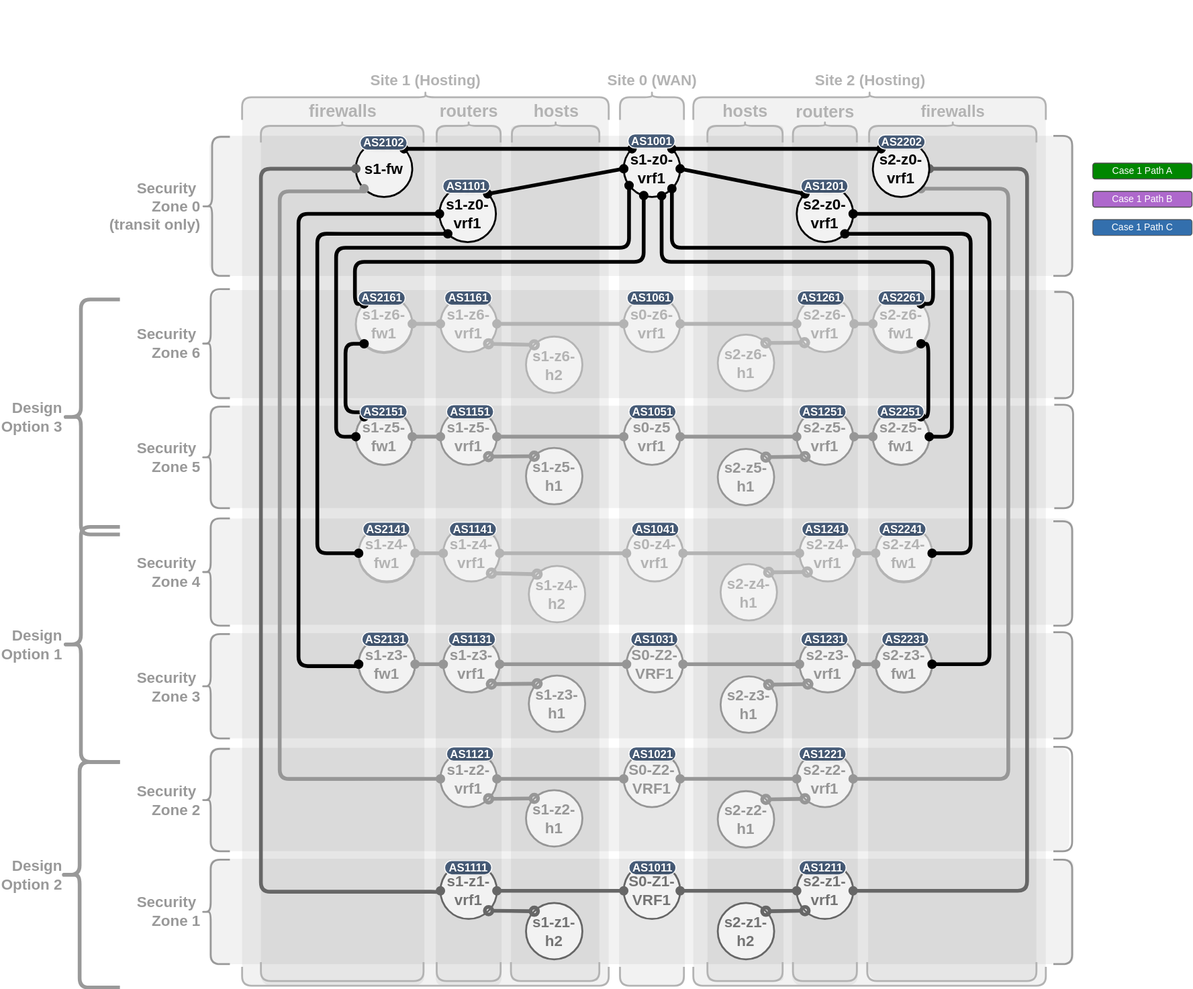
Before: pages/1/3(ecmp-symmetric)/framework-algo-2-e.drawio.svg, a diagram exported from draw.io (menckend/alpha). Source tidied: cells renumbered, new cells last; positions are measured from the earlier drawing's top-left corner, leaving out a move shared by most shapes.
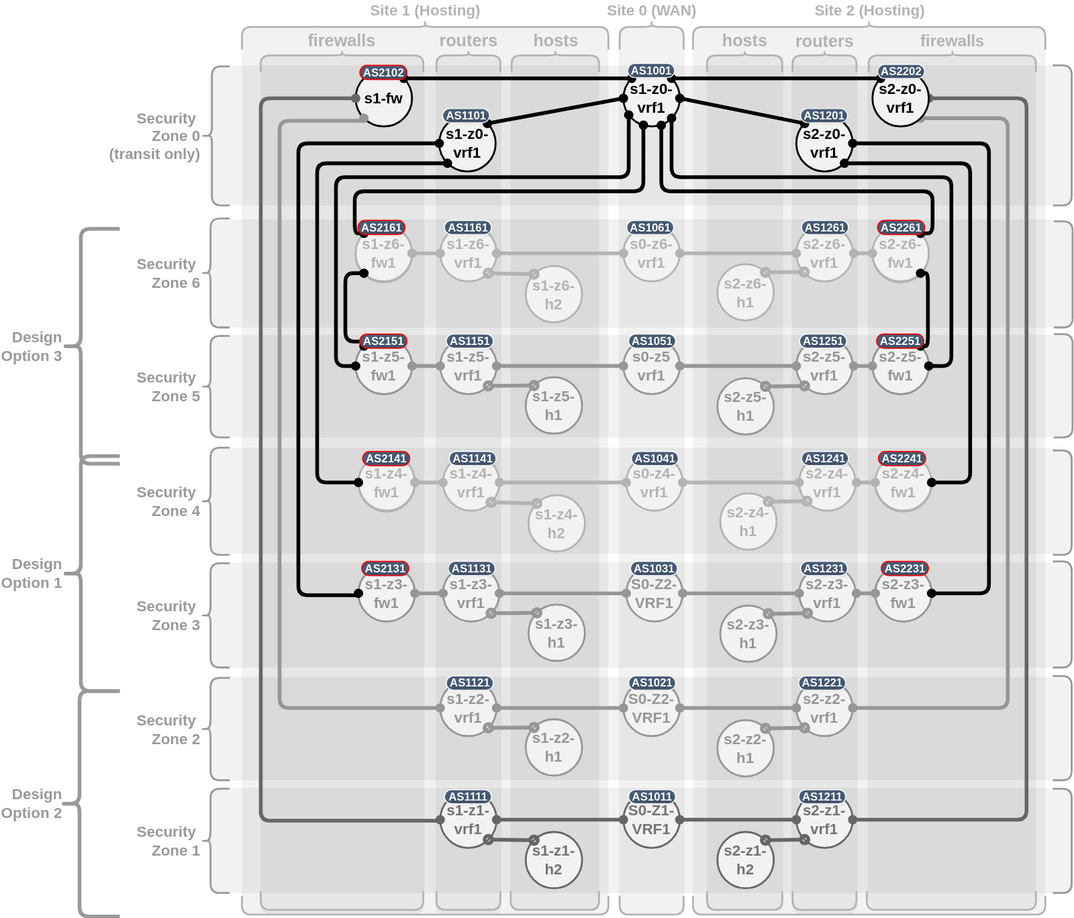
Above is the later version.

The edit, as a diff of the source:
```diff
@@ -26,27 +26,6 @@
     <mxCell id="9" style="rounded=1;whiteSpace=wrap;html=1;strokeColor=none;fillColor=#000000;arcSize=15;opacity=5;strokeWidth=4;" parent="1" vertex="1">
       <mxGeometry x="778" y="133" width="70" height="915" as="geometry" />
     </mxCell>
-    <mxCell id="10" style="group;" parent="1" vertex="1">
-      <mxGeometry x="604.5" width="53" height="1042" as="geometry" />
-    </mxCell>
-    <mxCell id="11" style="group;" parent="1" vertex="1">
-      <mxGeometry x="410.5" width="53" height="1042" as="geometry" />
-    </mxCell>
-    <mxCell id="12" style="group;" parent="1" vertex="1">
-      <mxGeometry x="318.5" width="53" height="1042" as="geometry" />
-    </mxCell>
-    <mxCell id="13" style="group;" parent="1" vertex="1">
-      <mxGeometry x="785.5" width="53" height="1042" as="geometry" />
-    </mxCell>
-    <mxCell id="14" style="group;" parent="1" vertex="1">
-      <mxGeometry x="871.5" width="53" height="1042" as="geometry" />
-    </mxCell>
-    <mxCell id="15" value="Case 1 Path B" style="rounded=1;html=1;shadow=0;dashed=0;whiteSpace=wrap;fontSize=10;fillColor=#AE68CC;align=center;strokeColor=#4D4D4D;fontColor=#ffffff;" parent="1" vertex="1">
-      <mxGeometry x="1098" y="203" width="105.5" height="16.9" as="geometry" />
-    </mxCell>
-    <mxCell id="16" value="Case 1 Path C" style="rounded=1;html=1;shadow=0;dashed=0;whiteSpace=wrap;fontSize=10;fillColor=#004C99;align=center;strokeColor=#4D4D4D;fontColor=#ffffff;opacity=80;" parent="1" vertex="1">
-      <mxGeometry x="1098" y="233" width="105.5" height="16.9" as="geometry" />
-    </mxCell>
     <mxCell id="17" style="rounded=1;whiteSpace=wrap;html=1;strokeColor=none;fillColor=#000000;arcSize=2;opacity=5;verticalAlign=middle;" parent="1" vertex="1">
       <mxGeometry x="673" y="103" width="375" height="945" as="geometry" />
     </mxCell>
@@ -573,9 +552,6 @@
     <mxCell id="161" value="Design&lt;div&gt;Option 3&lt;/div&gt;" style="shape=curlyBracket;html=1;rounded=1;labelPosition=center;verticalLabelPosition=middle;align=right;verticalAlign=middle;rotation=0;strokeWidth=4;strokeColor=#999999;size=0.32;direction=east;fontSize=16;fontColor=#999999;fontStyle=1;horizontal=1;spacingRight=60;spacingLeft=0;" parent="1" vertex="1">
       <mxGeometry x="2" y="318" width="61" height="250" as="geometry" />
     </mxCell>
-    <mxCell id="162" value="Case 1 Path A" style="rounded=1;html=1;shadow=0;dashed=0;whiteSpace=wrap;fontSize=10;fillColor=#008700;align=center;strokeColor=#4D4D4D;fontColor=#ffffff;" parent="1" vertex="1">
-      <mxGeometry x="1098" y="173" width="105.5" height="16.9" as="geometry" />
-    </mxCell>
     <mxCell id="163" value="&lt;span&gt;AS1051&lt;/span&gt;" style="rounded=1;whiteSpace=wrap;html=1;arcSize=50;fillColor=#475C78;textShadow=1;fontColor=#FFFFFF;fontStyle=1;strokeColor=#FFFFFF;" parent="1" vertex="1">
       <mxGeometry x="604.5" y="430" width="50" height="15" as="geometry" />
     </mxCell>
@@ -606,17 +582,17 @@
     <mxCell id="172" value="&lt;span&gt;AS1141&lt;/span&gt;" style="rounded=1;whiteSpace=wrap;html=1;arcSize=50;fillColor=#475C78;textShadow=1;fontColor=#FFFFFF;fontStyle=1;strokeColor=#FFFFFF;" parent="1" vertex="1">
       <mxGeometry x="413.5" y="555" width="50" height="15" as="geometry" />
     </mxCell>
-    <mxCell id="173" value="&lt;b&gt;AS2151&lt;/b&gt;" style="rounded=1;whiteSpace=wrap;html=1;arcSize=50;fillColor=#475C78;textShadow=1;fontColor=#FFFFFF;strokeColor=#FFFFFF;" parent="1" vertex="1">
+    <mxCell id="173" value="&lt;b&gt;AS2151&lt;/b&gt;" style="rounded=1;whiteSpace=wrap;html=1;arcSize=50;fillColor=#475C78;textShadow=1;fontColor=#FFFFFF;strokeColor=#FF0000;strokeWidth=1.25;" parent="1" vertex="1">
       <mxGeometry x="318.5" y="430" width="50" height="15" as="geometry" />
     </mxCell>
-    <mxCell id="174" value="&lt;span&gt;AS2131&lt;/span&gt;" style="rounded=1;whiteSpace=wrap;html=1;arcSize=50;fillColor=#475C78;textShadow=1;fontColor=#FFFFFF;fontStyle=1;strokeColor=#FFFFFF;" parent="1" vertex="1">
+    <mxCell id="174" value="&lt;span&gt;AS2131&lt;/span&gt;" style="rounded=1;whiteSpace=wrap;html=1;arcSize=50;fillColor=#475C78;textShadow=1;fontColor=#FFFFFF;fontStyle=1;strokeColor=#FF0000;strokeWidth=1.25;" parent="1" vertex="1">
       <mxGeometry x="320.5" y="672" width="50" height="15" as="geometry" />
     </mxCell>
-    <mxCell id="175" value="&lt;span&gt;AS2141&lt;/span&gt;" style="rounded=1;whiteSpace=wrap;html=1;arcSize=50;fillColor=#475C78;textShadow=1;fontColor=#FFFFFF;fontStyle=1;strokeColor=#FFFFFF;" parent="1" vertex="1">
+    <mxCell id="175" value="&lt;span&gt;AS2141&lt;/span&gt;" style="rounded=1;whiteSpace=wrap;html=1;arcSize=50;fillColor=#475C78;textShadow=1;fontColor=#FFFFFF;fontStyle=1;strokeColor=#FF0000;strokeWidth=1.25;" parent="1" vertex="1">
       <mxGeometry x="321.5" y="555" width="50" height="15" as="geometry" />
     </mxCell>
     <mxCell id="176" value="&lt;span&gt;AS1251&lt;/span&gt;" style="rounded=1;whiteSpace=wrap;html=1;arcSize=50;fillColor=#475C78;textShadow=1;fontColor=#FFFFFF;fontStyle=1;strokeColor=#FFFFFF;" parent="1" vertex="1">
-      <mxGeometry x="785.5" y="430" width="50" height="15" as="geometry" />
+      <mxGeometry x="786.5" y="430" width="50" height="15" as="geometry" />
     </mxCell>
     <mxCell id="177" value="&lt;span&gt;AS1211&lt;/span&gt;" style="rounded=1;whiteSpace=wrap;html=1;arcSize=50;fillColor=#475C78;textShadow=1;fontColor=#FFFFFF;fontStyle=1;strokeColor=#FFFFFF;" parent="1" vertex="1">
       <mxGeometry x="785.5" y="915" width="50" height="15" as="geometry" />
@@ -627,18 +603,12 @@
     <mxCell id="179" value="&lt;span&gt;AS1231&lt;/span&gt;" style="rounded=1;whiteSpace=wrap;html=1;arcSize=50;fillColor=#475C78;textShadow=1;fontColor=#FFFFFF;fontStyle=1;strokeColor=#FFFFFF;" parent="1" vertex="1">
       <mxGeometry x="787.5" y="672" width="50" height="15" as="geometry" />
     </mxCell>
-    <mxCell id="180" value="&lt;span&gt;AS1241&lt;/span&gt;" style="rounded=1;whiteSpace=wrap;html=1;arcSize=50;fillColor=#475C78;textShadow=1;fontColor=#FFFFFF;fontStyle=1;strokeColor=#FFFFFF;" parent="1" vertex="1">
-      <mxGeometry x="788.5" y="555" width="50" height="15" as="geometry" />
-    </mxCell>
-    <mxCell id="181" value="&lt;b&gt;AS2251&lt;/b&gt;" style="rounded=1;whiteSpace=wrap;html=1;arcSize=50;fillColor=#475C78;textShadow=1;fontColor=#FFFFFF;strokeColor=#FFFFFF;" parent="1" vertex="1">
+    <mxCell id="181" value="&lt;b&gt;AS2251&lt;/b&gt;" style="rounded=1;whiteSpace=wrap;html=1;arcSize=50;fillColor=#475C78;textShadow=1;fontColor=#FFFFFF;strokeColor=#FF0000;strokeWidth=1.25;" parent="1" vertex="1">
       <mxGeometry x="868.5" y="430" width="50" height="15" as="geometry" />
     </mxCell>
-    <mxCell id="182" value="&lt;span&gt;AS2231&lt;/span&gt;" style="rounded=1;whiteSpace=wrap;html=1;arcSize=50;fillColor=#475C78;textShadow=1;fontColor=#FFFFFF;fontStyle=1;strokeColor=#FFFFFF;" parent="1" vertex="1">
+    <mxCell id="182" value="&lt;span&gt;AS2231&lt;/span&gt;" style="rounded=1;whiteSpace=wrap;html=1;arcSize=50;fillColor=#475C78;textShadow=1;fontColor=#FFFFFF;fontStyle=1;strokeColor=#FF0000;strokeWidth=1.25;" parent="1" vertex="1">
       <mxGeometry x="873.5" y="672" width="50" height="15" as="geometry" />
     </mxCell>
-    <mxCell id="183" value="&lt;span&gt;AS2241&lt;/span&gt;" style="rounded=1;whiteSpace=wrap;html=1;arcSize=50;fillColor=#475C78;textShadow=1;fontColor=#FFFFFF;fontStyle=1;strokeColor=#FFFFFF;" parent="1" vertex="1">
-      <mxGeometry x="870.5" y="555" width="50" height="15" as="geometry" />
-    </mxCell>
     <mxCell id="184" value="&lt;b&gt;AS1061&lt;/b&gt;" style="rounded=1;whiteSpace=wrap;html=1;arcSize=50;fillColor=#475C78;textShadow=1;fontColor=#FFFFFF;strokeColor=#FFFFFF;" parent="1" vertex="1">
       <mxGeometry x="602.5" y="309" width="50" height="15" as="geometry" />
     </mxCell>
@@ -651,24 +621,29 @@
     <mxCell id="187" value="&lt;b&gt;AS1101&lt;/b&gt;" style="rounded=1;whiteSpace=wrap;html=1;arcSize=50;fillColor=#475C78;textShadow=1;fontColor=#FFFFFF;strokeColor=#FFFFFF;" parent="1" vertex="1">
       <mxGeometry x="406.5" y="190" width="50" height="15" as="geometry" />
     </mxCell>
-    <mxCell id="188" value="&lt;b&gt;AS2161&lt;/b&gt;" style="rounded=1;whiteSpace=wrap;html=1;arcSize=50;fillColor=#475C78;textShadow=1;fontColor=#FFFFFF;strokeColor=#FFFFFF;" parent="1" vertex="1">
+    <mxCell id="188" value="&lt;b&gt;AS2161&lt;/b&gt;" style="rounded=1;whiteSpace=wrap;html=1;arcSize=50;fillColor=#475C78;textShadow=1;fontColor=#FFFFFF;strokeColor=#FF0000;strokeWidth=1.25;" parent="1" vertex="1">
       <mxGeometry x="316.5" y="309" width="50" height="15" as="geometry" />
     </mxCell>
-    <mxCell id="189" value="&lt;b&gt;AS2102&lt;/b&gt;" style="rounded=1;whiteSpace=wrap;html=1;arcSize=50;fillColor=#475C78;textShadow=1;fontColor=#FFFFFF;strokeColor=#FFFFFF;" parent="1" vertex="1">
+    <mxCell id="189" value="&lt;b&gt;AS2102&lt;/b&gt;" style="rounded=1;whiteSpace=wrap;html=1;arcSize=50;fillColor=#475C78;textShadow=1;fontColor=#FFFFFF;strokeColor=#FF0000;strokeWidth=1.25;" parent="1" vertex="1">
       <mxGeometry x="318.5" y="144" width="50" height="15" as="geometry" />
     </mxCell>
     <mxCell id="190" value="&lt;b&gt;AS1261&lt;/b&gt;" style="rounded=1;whiteSpace=wrap;html=1;arcSize=50;fillColor=#475C78;textShadow=1;fontColor=#FFFFFF;strokeColor=#FFFFFF;" parent="1" vertex="1">
-      <mxGeometry x="783.5" y="309" width="50" height="15" as="geometry" />
+      <mxGeometry x="788.5" y="309" width="50" height="15" as="geometry" />
     </mxCell>
     <mxCell id="191" value="&lt;b&gt;AS1201&lt;/b&gt;" style="rounded=1;whiteSpace=wrap;html=1;arcSize=50;fillColor=#475C78;textShadow=1;fontColor=#FFFFFF;strokeColor=#FFFFFF;" parent="1" vertex="1">
       <mxGeometry x="787.5" y="190" width="50" height="15" as="geometry" />
     </mxCell>
-    <mxCell id="192" value="&lt;b&gt;AS2261&lt;/b&gt;" style="rounded=1;whiteSpace=wrap;html=1;arcSize=50;fillColor=#475C78;textShadow=1;fontColor=#FFFFFF;strokeColor=#FFFFFF;" parent="1" vertex="1">
+    <mxCell id="192" value="&lt;b&gt;AS2261&lt;/b&gt;" style="rounded=1;whiteSpace=wrap;html=1;arcSize=50;fillColor=#475C78;textShadow=1;fontColor=#FFFFFF;strokeColor=#FF0000;strokeWidth=1.25;" parent="1" vertex="1">
       <mxGeometry x="869.5" y="309" width="50" height="15" as="geometry" />
     </mxCell>
     <mxCell id="193" value="&lt;b&gt;AS2202&lt;/b&gt;" style="rounded=1;whiteSpace=wrap;html=1;arcSize=50;fillColor=#475C78;textShadow=1;fontColor=#FFFFFF;strokeColor=#FFFFFF;" parent="1" vertex="1">
       <mxGeometry x="869.5" y="143" width="50" height="15" as="geometry" />
     </mxCell>
-    <mxCell id="194" value="Case 1" parent="0" />
+    <mxCell id="183" value="&lt;span&gt;AS2241&lt;/span&gt;" style="rounded=1;whiteSpace=wrap;html=1;arcSize=50;fillColor=#475C78;textShadow=1;fontColor=#FFFFFF;fontStyle=1;strokeColor=#FF0000;strokeWidth=1.25;" parent="1" vertex="1">
+      <mxGeometry x="870.5" y="555" width="50" height="15" as="geometry" />
+    </mxCell>
+    <mxCell id="180" value="&lt;span&gt;AS1241&lt;/span&gt;" style="rounded=1;whiteSpace=wrap;html=1;arcSize=50;fillColor=#475C78;textShadow=1;fontColor=#FFFFFF;fontStyle=1;strokeColor=#FFFFFF;" parent="1" vertex="1">
+      <mxGeometry x="788.5" y="555" width="50" height="15" as="geometry" />
+    </mxCell>
   </root>
 </mxGraphModel>
```
